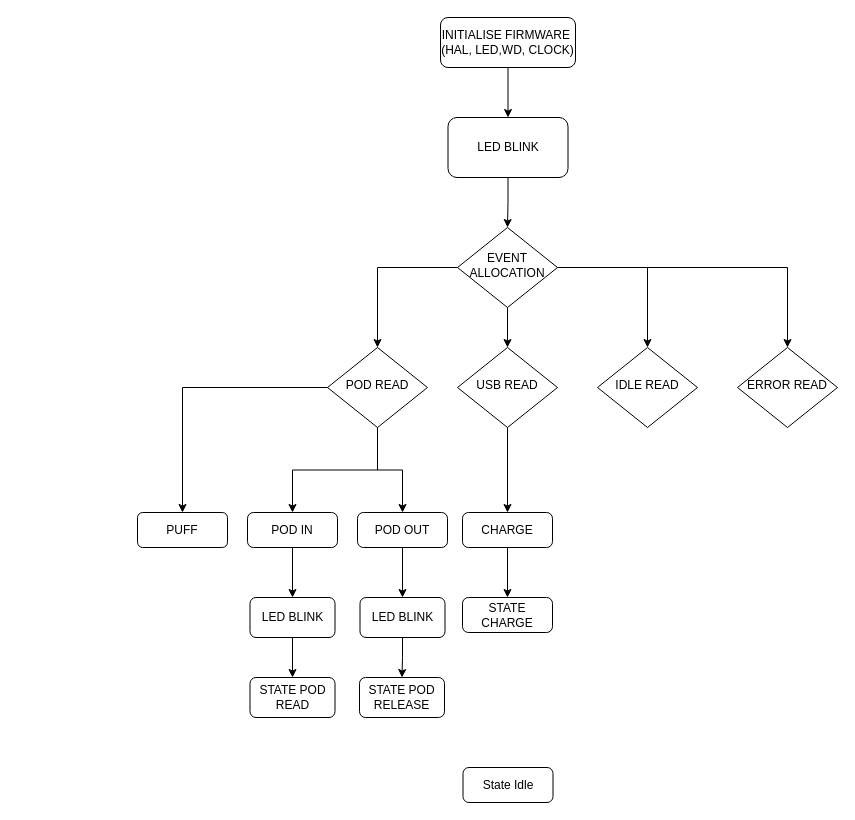
This is GT_X10 Software flowchart.drawio from yinxingyi/DRAW.IO, a draw.io file, before an edit. Source tidied: cells renumbered, new cells numbered last; positions are measured from the earlier drawing's top-left corner, leaving out a move shared by most shapes. Both pictures are drawn from the tidied source at 100%, with x=0, y=0 at pixel (137, 17).
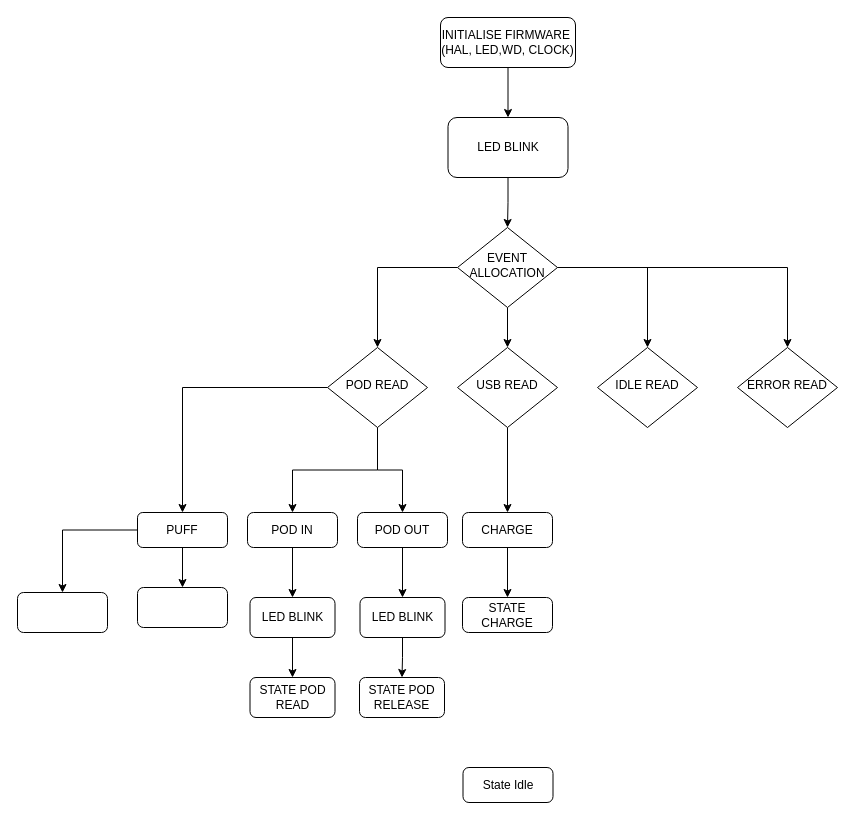
Above is the later version.

Unchanged cells that the change refers to:
```xml
<mxCell id="19" value="PUFF" style="rounded=1;whiteSpace=wrap;html=1;" parent="1" vertex="1">
  <mxGeometry y="495" width="90" height="35" as="geometry" />
</mxCell>
```

The edit, as a diff of the source:
```diff
@@
+    <mxCell id="34" style="edgeStyle=orthogonalEdgeStyle;rounded=0;jettySize=auto;html=1;entryX=0.5;entryY=0;entryDx=0;entryDy=0;" parent="1" edge="1" source="19" target="36">
+      <mxGeometry relative="1" as="geometry" />
+    </mxCell>
+    <mxCell id="35" style="edgeStyle=orthogonalEdgeStyle;rounded=0;jettySize=auto;html=1;" parent="1" edge="1" source="19" target="37">
+      <mxGeometry relative="1" as="geometry" />
+    </mxCell>
@@
+    <mxCell id="36" style="rounded=1;whiteSpace=wrap;html=1;" parent="1" vertex="1">
+      <mxGeometry y="570" width="90" height="40" as="geometry" />
+    </mxCell>
+    <mxCell id="37" style="rounded=1;whiteSpace=wrap;html=1;" parent="1" vertex="1">
+      <mxGeometry x="-120" y="575" width="90" height="40" as="geometry" />
+    </mxCell>
```
